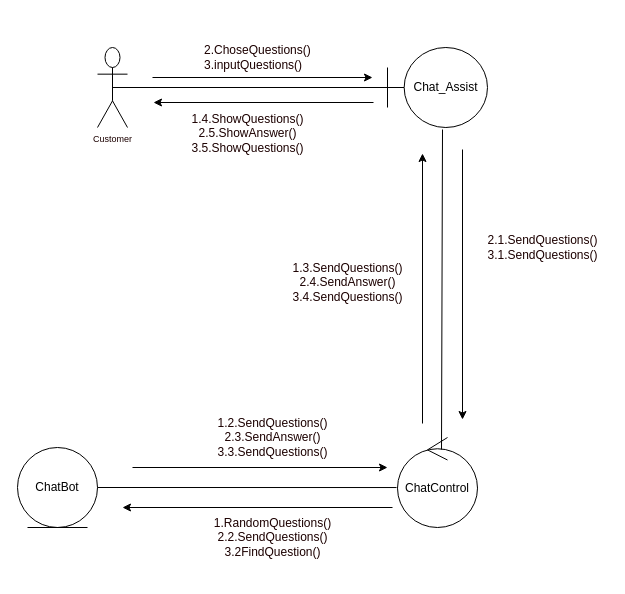
The draw.io diagram page "Page-2" (2 of 2) of Request Durian info and FAQ.drawio in munkeawtoast/isad-diagrams, before the edit. Source tidied: cells renumbered, new cells numbered last; positions are measured from the earlier drawing's top-left corner, leaving out a move shared by most shapes. Both pictures are drawn from the tidied source at 100%, with x=0, y=0 at pixel (17, 37).
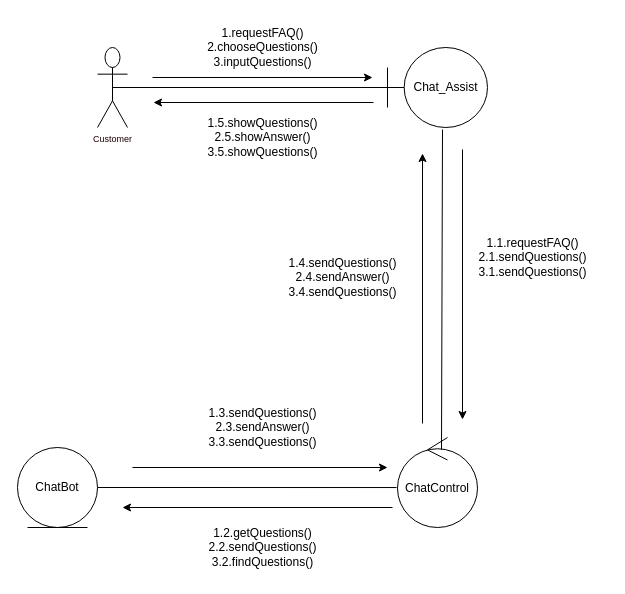
The same diagram, later.

What changed in the source:
```diff
@@
-    <mxCell id="10" value="1.RandomQuestions()&lt;br&gt;2.2.SendQuestions()&lt;br&gt;3.2FindQuestion()" style="text;html=1;align=center;verticalAlign=middle;strokeColor=none;fillColor=none;fontSize=12;fontColor=#1C0000;" parent="1" vertex="1">
-      <mxGeometry x="185" y="470" width="140" height="60" as="geometry" />
-    </mxCell>
@@
-    <mxCell id="12" value="1.2.SendQuestions()&lt;br&gt;2.3.SendAnswer()&lt;br&gt;3.3.SendQuestions()" style="text;html=1;align=center;verticalAlign=middle;strokeColor=none;fillColor=none;fontSize=12;fontColor=#1C0000;" parent="1" vertex="1">
-      <mxGeometry x="190" y="370" width="130" height="60" as="geometry" />
-    </mxCell>
@@
-    <mxCell id="14" value="1.3.SendQuestions()&lt;br&gt;2.4.SendAnswer()&lt;br&gt;3.4.SendQuestions()" style="text;html=1;align=center;verticalAlign=middle;strokeColor=none;fillColor=none;fontSize=12;fontColor=#1C0000;" parent="1" vertex="1">
-      <mxGeometry x="265" y="215" width="130" height="60" as="geometry" />
-    </mxCell>
@@
-    <mxCell id="16" value="1.4.ShowQuestions()&lt;br&gt;2.5.ShowAnswer()&lt;br&gt;3.5.ShowQuestions()" style="text;html=1;align=center;verticalAlign=middle;strokeColor=none;fillColor=none;fontSize=12;fontColor=#1C0000;" parent="1" vertex="1">
-      <mxGeometry x="160" y="66" width="140" height="60" as="geometry" />
-    </mxCell>
@@
-    <mxCell id="18" value="2.ChoseQuestions()&lt;br&gt;3.inputQuestions()" style="text;html=1;align=left;verticalAlign=middle;strokeColor=none;fillColor=none;fontSize=12;fontColor=#1C0000;" parent="1" vertex="1">
-      <mxGeometry x="185" width="130" height="40" as="geometry" />
-    </mxCell>
@@
-    <mxCell id="20" value="2.1.SendQuestions()&lt;br&gt;3.1.SendQuestions()" style="text;html=1;align=center;verticalAlign=middle;strokeColor=none;fillColor=none;fontSize=12;fontColor=#1C0000;" parent="1" vertex="1">
-      <mxGeometry x="460" y="190" width="130" height="40" as="geometry" />
-    </mxCell>
+    <mxCell id="21" value="1.requestFAQ()&lt;br&gt;2.chooseQuestions()&lt;br&gt;3.inputQuestions()" style="text;html=1;align=center;verticalAlign=middle;strokeColor=none;fillColor=none;" parent="1" vertex="1">
+      <mxGeometry x="180" y="-20" width="130" height="60" as="geometry" />
+    </mxCell>
+    <mxCell id="22" value="1.1.requestFAQ()&lt;br&gt;2.1.sendQuestions()&lt;br&gt;3.1.sendQuestions()" style="text;html=1;align=center;verticalAlign=middle;strokeColor=none;fillColor=none;" parent="1" vertex="1">
+      <mxGeometry x="450" y="190" width="130" height="60" as="geometry" />
+    </mxCell>
+    <mxCell id="23" value="1.2.getQuestions()&lt;br&gt;2.2.sendQuestions()&lt;br&gt;3.2.findQuestions()" style="text;html=1;align=center;verticalAlign=middle;strokeColor=none;fillColor=none;" parent="1" vertex="1">
+      <mxGeometry x="180" y="480" width="130" height="60" as="geometry" />
+    </mxCell>
+    <mxCell id="24" value="1.3.sendQuestions()&lt;br&gt;2.3.sendAnswer()&lt;br&gt;3.3.sendQuestions()" style="text;html=1;align=center;verticalAlign=middle;strokeColor=none;fillColor=none;" parent="1" vertex="1">
+      <mxGeometry x="180" y="360" width="130" height="60" as="geometry" />
+    </mxCell>
+    <mxCell id="25" value="1.4.sendQuestions()&lt;br&gt;2.4.sendAnswer()&lt;br&gt;3.4.sendQuestions()" style="text;html=1;align=center;verticalAlign=middle;strokeColor=none;fillColor=none;" parent="1" vertex="1">
+      <mxGeometry x="260" y="210" width="130" height="60" as="geometry" />
+    </mxCell>
+    <mxCell id="26" value="1.5.showQuestions()&lt;br&gt;2.5.showAnswer()&lt;br&gt;3.5.showQuestions()" style="text;html=1;align=center;verticalAlign=middle;strokeColor=none;fillColor=none;" parent="1" vertex="1">
+      <mxGeometry x="180" y="70" width="130" height="60" as="geometry" />
+    </mxCell>
```
